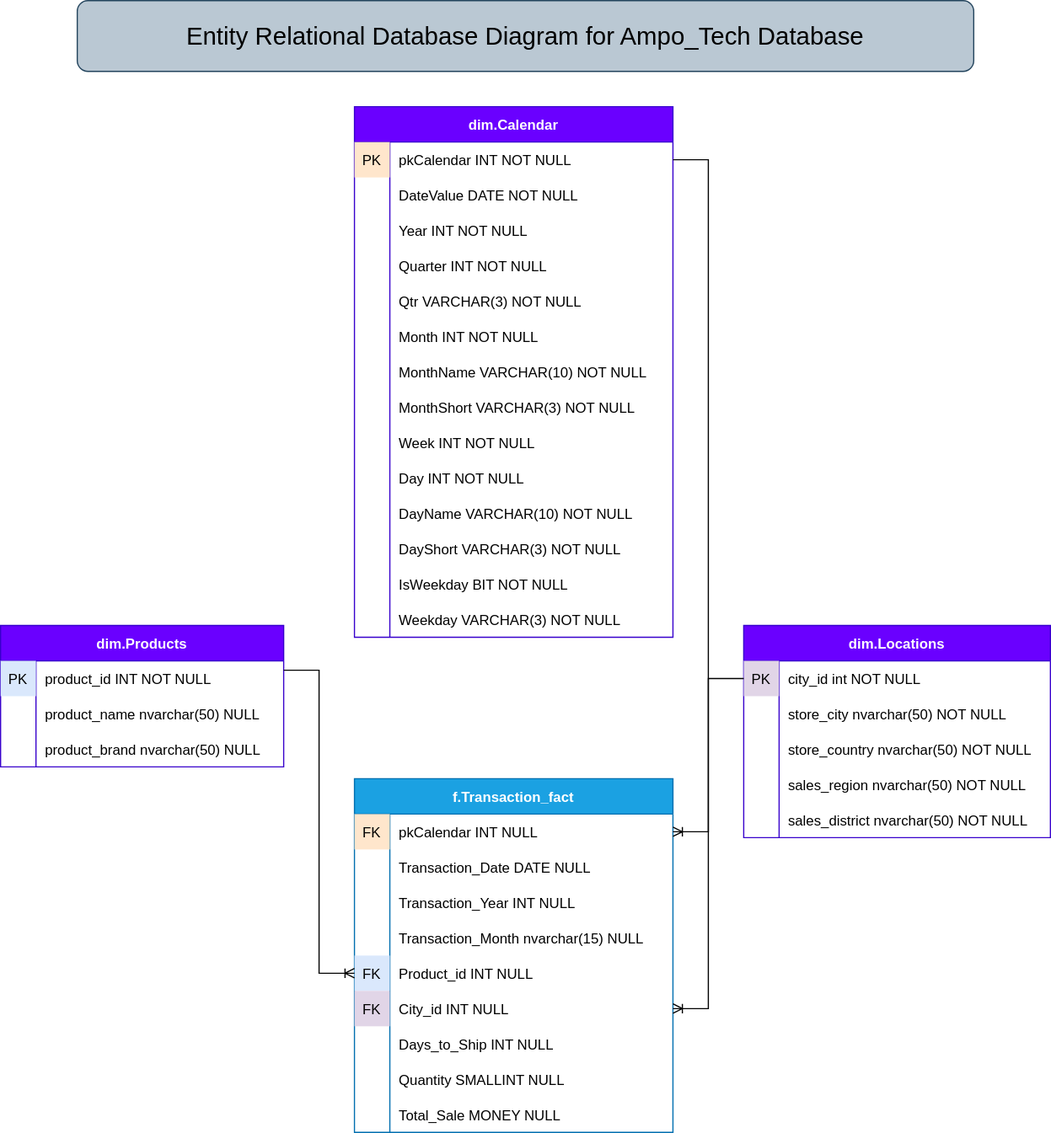
Above: International_Trade.svg in Ampo-tech/SQL (draw.io), before the change. Source tidied: cells renumbered, new cells last; positions are measured from the earlier drawing's top-left corner, leaving out a move shared by most shapes.
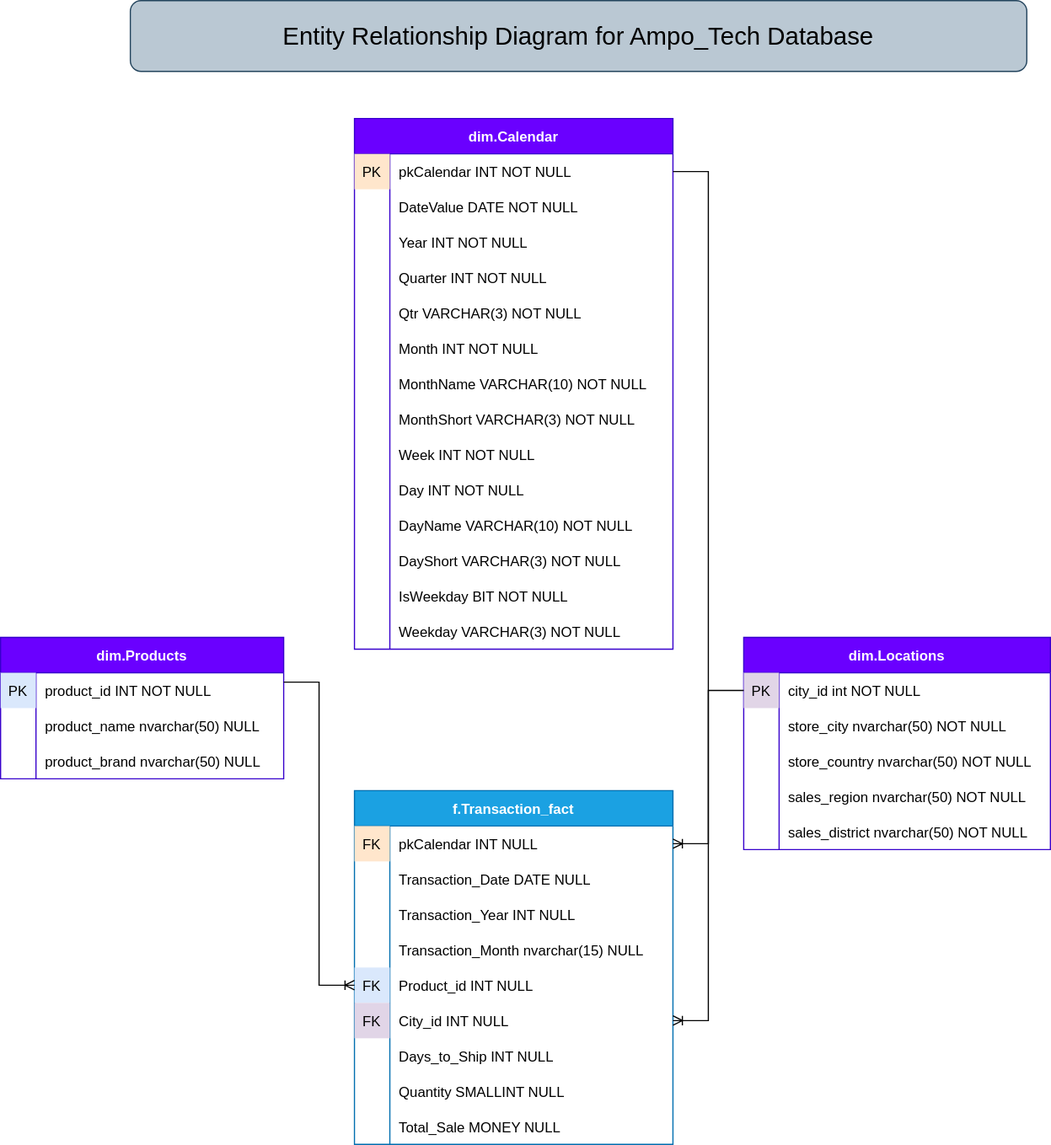
Later version of the same file.

Change to the diagram source:
```diff
@@ -2,8 +2,8 @@
   <root>
     <mxCell id="0" />
     <mxCell id="1" parent="0" />
-    <mxCell id="2" value="&lt;font style=&quot;font-size: 21px;&quot;&gt;Entity Relational Database Diagram for Ampo_Tech Database&lt;/font&gt;" style="rounded=1;whiteSpace=wrap;html=1;fillColor=#bac8d3;strokeColor=#23445d;" parent="1" vertex="1">
-      <mxGeometry x="155" width="760" height="60" as="geometry" />
+    <mxCell id="2" value="&lt;font style=&quot;font-size: 21px;&quot;&gt;Entity Relationship Diagram for Ampo_Tech Database&lt;/font&gt;" style="rounded=1;whiteSpace=wrap;html=1;fillColor=#bac8d3;strokeColor=#23445d;" parent="1" vertex="1">
+      <mxGeometry x="200" y="-10" width="760" height="60" as="geometry" />
     </mxCell>
     <mxCell id="3" value="f.Transaction_fact" style="shape=table;startSize=30;rowLines=0;fontStyle=1;align=center;fillColor=#1ba1e2;fontColor=#ffffff;strokeColor=#006EAF;" parent="1" vertex="1">
       <mxGeometry x="390" y="660" width="270" height="300" as="geometry" />
```
